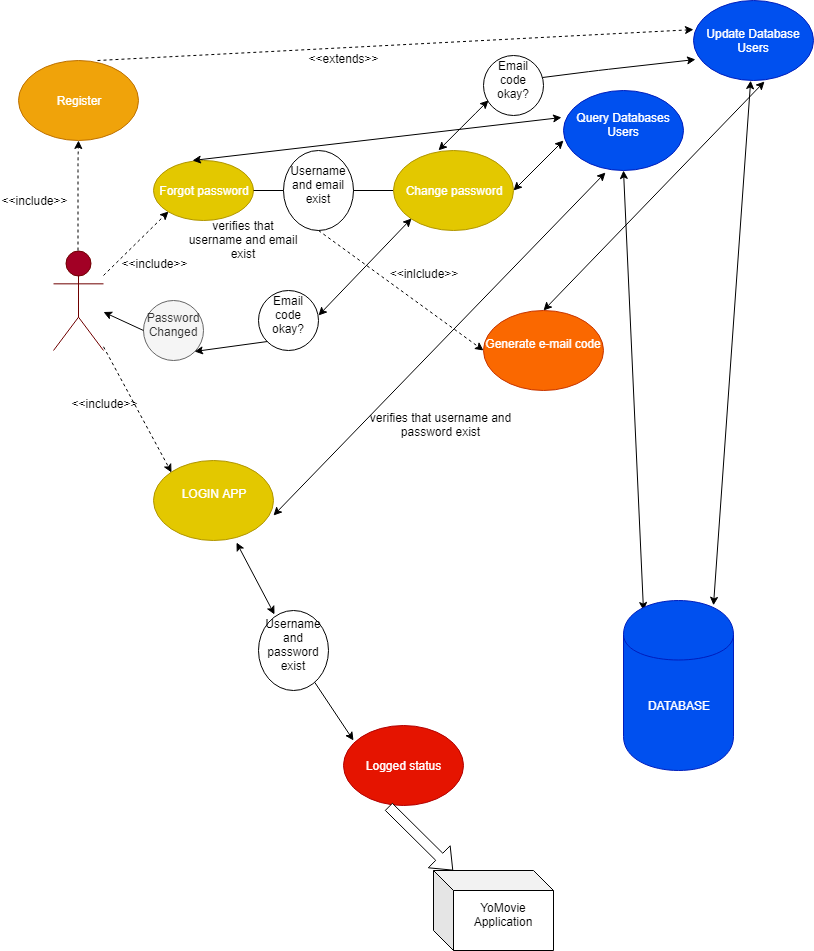
The draw.io diagram T2/UseCase/UserLoginRegister.png in MarianCodrinCretu/Tehnologii-Web, before a commit. Source tidied: cells renumbered, new cells last; positions are measured from the earlier drawing's top-left corner, leaving out a move shared by most shapes. Its diagram source:
```xml
<mxGraphModel>
  <root>
    <mxCell id="0" />
    <mxCell id="1" parent="0" />
    <mxCell id="2" value="Actor" style="shape=umlActor;verticalLabelPosition=bottom;labelBackgroundColor=#ffffff;verticalAlign=top;html=1;outlineConnect=0;fillColor=#a20025;strokeColor=#6F0000;fontColor=#ffffff;" parent="1" vertex="1">
      <mxGeometry x="50" y="250" width="50" height="100" as="geometry" />
    </mxCell>
    <mxCell id="3" style="endArrow=classic;html=1;dashed=1;fillColor=#ffffff;" parent="1" edge="1">
      <mxGeometry relative="1" as="geometry">
        <mxPoint x="74.5" y="250" as="sourcePoint" />
        <mxPoint x="75" y="140" as="targetPoint" />
        <Array as="points">
          <mxPoint x="74.5" y="160" />
        </Array>
      </mxGeometry>
    </mxCell>
    <mxCell id="4" value="&amp;lt;&amp;lt;include&amp;gt;&amp;gt;" style="text;html=1;strokeColor=none;fillColor=none;align=center;verticalAlign=middle;whiteSpace=wrap;rounded=0;" parent="1" vertex="1">
      <mxGeometry y="190" width="60" height="20" as="geometry" />
    </mxCell>
    <mxCell id="5" value="Register" style="ellipse;whiteSpace=wrap;html=1;fillColor=#f0a30a;strokeColor=#BD7000;fontColor=#ffffff;" parent="1" vertex="1">
      <mxGeometry x="15" y="60" width="120" height="80" as="geometry" />
    </mxCell>
    <mxCell id="6" value="&amp;lt;&amp;lt;include&amp;gt;&amp;gt;&lt;br&gt;&lt;br&gt;" style="text;html=1;strokeColor=none;fillColor=none;align=center;verticalAlign=middle;whiteSpace=wrap;rounded=0;" parent="1" vertex="1">
      <mxGeometry x="130" y="260" width="40" height="20" as="geometry" />
    </mxCell>
    <mxCell id="7" style="endArrow=classic;html=1;fillColor=#ffffff;dashed=1;entryX=0;entryY=1;entryDx=0;entryDy=0;" parent="1" edge="1" target="8">
      <mxGeometry relative="1" as="geometry">
        <mxPoint x="100" y="275" as="sourcePoint" />
      </mxGeometry>
    </mxCell>
    <mxCell id="8" value="Forgot password" style="ellipse;whiteSpace=wrap;html=1;fillColor=#e3c800;strokeColor=#B09500;fontColor=#ffffff;" parent="1" vertex="1">
      <mxGeometry x="150" y="160" width="100" height="60" as="geometry" />
    </mxCell>
    <mxCell id="9" value="LOGIN APP&lt;br&gt;&lt;br&gt;" style="ellipse;whiteSpace=wrap;html=1;fillColor=#e3c800;strokeColor=#B09500;fontColor=#ffffff;" parent="1" vertex="1">
      <mxGeometry x="150" y="460" width="120" height="80" as="geometry" />
    </mxCell>
    <mxCell id="10" style="endArrow=none;html=1;fillColor=#ffffff;exitX=1;exitY=0.5;exitDx=0;exitDy=0;" parent="1" edge="1" source="8" target="11">
      <mxGeometry relative="1" as="geometry" />
    </mxCell>
    <mxCell id="11" value="Change password" style="ellipse;whiteSpace=wrap;html=1;fillColor=#e3c800;strokeColor=#B09500;fontColor=#ffffff;" parent="1" vertex="1">
      <mxGeometry x="390" y="150" width="120" height="80" as="geometry" />
    </mxCell>
    <mxCell id="12" style="endArrow=classic;html=1;fillColor=#ffffff;dashed=1;exitX=0.661;exitY=-0.002;exitDx=0;exitDy=0;exitPerimeter=0;" parent="1" edge="1" source="5">
      <mxGeometry relative="1" as="geometry">
        <mxPoint x="690" y="29.1" as="targetPoint" />
      </mxGeometry>
    </mxCell>
    <mxCell id="13" value="&amp;lt;&amp;lt;extends&amp;gt;&amp;gt;&lt;br&gt;&lt;br&gt;" style="text;html=1;strokeColor=none;fillColor=none;align=center;verticalAlign=middle;whiteSpace=wrap;rounded=0;" parent="1" vertex="1">
      <mxGeometry x="320" y="55" width="40" height="20" as="geometry" />
    </mxCell>
    <mxCell id="14" value="Generate e-mail code&lt;br&gt;&lt;br&gt;" style="ellipse;whiteSpace=wrap;html=1;fillColor=#fa6800;strokeColor=#C73500;fontColor=#ffffff;" parent="1" vertex="1">
      <mxGeometry x="480" y="310" width="120" height="80" as="geometry" />
    </mxCell>
    <mxCell id="15" value="&amp;lt;&amp;lt;inlclude&amp;gt;&amp;gt;&lt;br&gt;&lt;br&gt;" style="text;html=1;strokeColor=none;fillColor=none;align=center;verticalAlign=middle;whiteSpace=wrap;rounded=0;" parent="1" vertex="1">
      <mxGeometry x="400" y="270" width="40" height="20" as="geometry" />
    </mxCell>
    <mxCell id="16" value="Update Database Users" style="ellipse;whiteSpace=wrap;html=1;fillColor=#0050ef;strokeColor=#001DBC;fontColor=#ffffff;" parent="1" vertex="1">
      <mxGeometry x="690" y="0.2" width="120" height="80" as="geometry" />
    </mxCell>
    <mxCell id="17" value="Query Databases Users&lt;br&gt;&lt;br&gt;" style="ellipse;whiteSpace=wrap;html=1;fillColor=#0050ef;strokeColor=#001DBC;fontColor=#ffffff;" parent="1" vertex="1">
      <mxGeometry x="560" y="90" width="120" height="80" as="geometry" />
    </mxCell>
    <mxCell id="18" style="endArrow=classic;startArrow=classic;html=1;fillColor=#ffffff;entryX=0.5;entryY=1;entryDx=0;entryDy=0;" parent="1" edge="1" target="17">
      <mxGeometry relative="1" as="geometry">
        <mxPoint x="640" y="610" as="sourcePoint" />
      </mxGeometry>
    </mxCell>
    <mxCell id="19" style="endArrow=classic;startArrow=classic;html=1;fillColor=#ffffff;" parent="1" edge="1" target="16">
      <mxGeometry relative="1" as="geometry">
        <mxPoint x="710" y="604.8" as="sourcePoint" />
      </mxGeometry>
    </mxCell>
    <mxCell id="20" value="DATABASE" style="shape=cylinder;whiteSpace=wrap;html=1;boundedLbl=1;backgroundOutline=1;fillColor=#0050ef;strokeColor=#001DBC;fontColor=#ffffff;" parent="1" vertex="1">
      <mxGeometry x="620" y="600" width="110" height="170" as="geometry" />
    </mxCell>
    <mxCell id="21" style="endArrow=classic;startArrow=classic;html=1;fillColor=#ffffff;exitX=0.392;exitY=-0.007;exitDx=0;exitDy=0;exitPerimeter=0;entryX=-0.013;entryY=0.34;entryDx=0;entryDy=0;entryPerimeter=0;" parent="1" edge="1" source="8" target="17">
      <mxGeometry relative="1" as="geometry" />
    </mxCell>
    <mxCell id="22" style="endArrow=classic;html=1;fillColor=#ffffff;entryX=0;entryY=0;entryDx=0;entryDy=0;dashed=1;" parent="1" edge="1" source="2" target="9">
      <mxGeometry relative="1" as="geometry" />
    </mxCell>
    <mxCell id="23" value="&amp;lt;&amp;lt;include&amp;gt;&amp;gt;&lt;br&gt;&lt;br&gt;" style="text;html=1;strokeColor=none;fillColor=none;align=center;verticalAlign=middle;whiteSpace=wrap;rounded=0;" parent="1" vertex="1">
      <mxGeometry x="80" y="400" width="40" height="20" as="geometry" />
    </mxCell>
    <mxCell id="24" style="endArrow=classic;startArrow=classic;html=1;fillColor=#ffffff;entryX=0.35;entryY=1.025;entryDx=0;entryDy=0;entryPerimeter=0;" parent="1" edge="1" target="17">
      <mxGeometry relative="1" as="geometry">
        <mxPoint x="270" y="515" as="sourcePoint" />
      </mxGeometry>
    </mxCell>
    <mxCell id="25" value="Logged status" style="ellipse;whiteSpace=wrap;html=1;fillColor=#e51400;strokeColor=#B20000;fontColor=#ffffff;" parent="1" vertex="1">
      <mxGeometry x="340" y="725" width="120" height="80" as="geometry" />
    </mxCell>
    <mxCell id="26" style="shape=flexArrow;endArrow=classic;html=1;fillColor=#ffffff;exitX=0.377;exitY=1.015;exitDx=0;exitDy=0;exitPerimeter=0;" parent="1" edge="1" source="25" target="27">
      <mxGeometry relative="1" as="geometry" />
    </mxCell>
    <mxCell id="27" value="YoMovie Application&lt;br&gt;&lt;br&gt;" style="shape=cube;whiteSpace=wrap;html=1;boundedLbl=1;backgroundOutline=1;darkOpacity=0.05;darkOpacity2=0.1;" parent="1" vertex="1">
      <mxGeometry x="430" y="870" width="120" height="80" as="geometry" />
    </mxCell>
    <mxCell id="28" value="verifies that username and password exist&lt;br&gt;&lt;br&gt;" style="text;html=1;strokeColor=none;fillColor=none;align=center;verticalAlign=middle;whiteSpace=wrap;rounded=0;" parent="1" vertex="1">
      <mxGeometry x="365" y="420" width="145" height="20" as="geometry" />
    </mxCell>
    <mxCell id="29" value="verifies that username and email exist&lt;br&gt;&lt;br&gt;" style="text;html=1;strokeColor=none;fillColor=none;align=center;verticalAlign=middle;whiteSpace=wrap;rounded=0;" parent="1" vertex="1">
      <mxGeometry x="180" y="220" width="120" height="50" as="geometry" />
    </mxCell>
    <mxCell id="30" value="Username and email exist&lt;br&gt;&lt;br&gt;" style="ellipse;whiteSpace=wrap;html=1;" parent="1" vertex="1">
      <mxGeometry x="280" y="150" width="70" height="80" as="geometry" />
    </mxCell>
    <mxCell id="31" value="Username and password exist&lt;br&gt;&lt;br&gt;" style="ellipse;whiteSpace=wrap;html=1;" parent="1" vertex="1">
      <mxGeometry x="255" y="610" width="70" height="80" as="geometry" />
    </mxCell>
    <mxCell id="32" style="endArrow=classic;startArrow=classic;html=1;exitX=0.226;exitY=0.05;exitDx=0;exitDy=0;exitPerimeter=0;entryX=0.693;entryY=1.025;entryDx=0;entryDy=0;entryPerimeter=0;" parent="1" edge="1" source="31" target="9">
      <mxGeometry relative="1" as="geometry" />
    </mxCell>
    <mxCell id="33" style="endArrow=classic;html=1;entryX=0.083;entryY=0.188;entryDx=0;entryDy=0;entryPerimeter=0;" parent="1" edge="1" source="31" target="25">
      <mxGeometry relative="1" as="geometry" />
    </mxCell>
    <mxCell id="34" value="Password Changed&lt;br&gt;&lt;br&gt;" style="ellipse;whiteSpace=wrap;html=1;fillColor=#f5f5f5;strokeColor=#666666;fontColor=#333333;" parent="1" vertex="1">
      <mxGeometry x="140" y="300" width="60" height="60" as="geometry" />
    </mxCell>
    <mxCell id="35" style="endArrow=classic;startArrow=classic;html=1;entryX=0.594;entryY=1.009;entryDx=0;entryDy=0;entryPerimeter=0;" parent="1" edge="1" target="16">
      <mxGeometry relative="1" as="geometry">
        <mxPoint x="540" y="310" as="sourcePoint" />
      </mxGeometry>
    </mxCell>
    <mxCell id="36" style="endArrow=classic;html=1;exitX=0.5;exitY=1;exitDx=0;exitDy=0;entryX=0;entryY=0.5;entryDx=0;entryDy=0;dashed=1;" parent="1" edge="1" source="30" target="14">
      <mxGeometry relative="1" as="geometry" />
    </mxCell>
    <mxCell id="37" style="endArrow=classic;startArrow=classic;html=1;" parent="1" edge="1">
      <mxGeometry relative="1" as="geometry">
        <mxPoint x="510" y="190" as="sourcePoint" />
        <mxPoint x="560" y="140" as="targetPoint" />
      </mxGeometry>
    </mxCell>
    <mxCell id="38" value="Email code okay?&lt;br&gt;&lt;br&gt;" style="ellipse;whiteSpace=wrap;html=1;" parent="1" vertex="1">
      <mxGeometry x="480" y="55.2" width="60" height="60" as="geometry" />
    </mxCell>
    <mxCell id="39" style="endArrow=classic;startArrow=classic;html=1;" parent="1" edge="1">
      <mxGeometry relative="1" as="geometry">
        <mxPoint x="435" y="149.9" as="sourcePoint" />
        <mxPoint x="485" y="99.9" as="targetPoint" />
        <Array as="points">
          <mxPoint x="465" y="119.9" />
        </Array>
      </mxGeometry>
    </mxCell>
    <mxCell id="40" style="endArrow=classic;html=1;exitX=0.991;exitY=0.367;exitDx=0;exitDy=0;exitPerimeter=0;entryX=0.018;entryY=0.736;entryDx=0;entryDy=0;entryPerimeter=0;" parent="1" edge="1" source="38" target="16">
      <mxGeometry relative="1" as="geometry">
        <Array as="points">
          <mxPoint x="595" y="69.9" />
        </Array>
      </mxGeometry>
    </mxCell>
    <mxCell id="41" value="Email code okay?&lt;br&gt;&lt;br&gt;" style="ellipse;whiteSpace=wrap;html=1;" parent="1" vertex="1">
      <mxGeometry x="255" y="290.2" width="60" height="60" as="geometry" />
    </mxCell>
    <mxCell id="42" style="endArrow=classic;startArrow=classic;html=1;entryX=0;entryY=1;entryDx=0;entryDy=0;" parent="1" edge="1" target="11">
      <mxGeometry relative="1" as="geometry">
        <mxPoint x="315" y="315" as="sourcePoint" />
      </mxGeometry>
    </mxCell>
    <mxCell id="43" style="endArrow=classic;html=1;entryX=1;entryY=1;entryDx=0;entryDy=0;exitX=0;exitY=1;exitDx=0;exitDy=0;" parent="1" edge="1" source="41" target="34">
      <mxGeometry relative="1" as="geometry" />
    </mxCell>
    <mxCell id="44" style="endArrow=classic;html=1;exitX=0;exitY=0.5;exitDx=0;exitDy=0;" parent="1" edge="1" source="34" target="2">
      <mxGeometry relative="1" as="geometry" />
    </mxCell>
  </root>
</mxGraphModel>
```
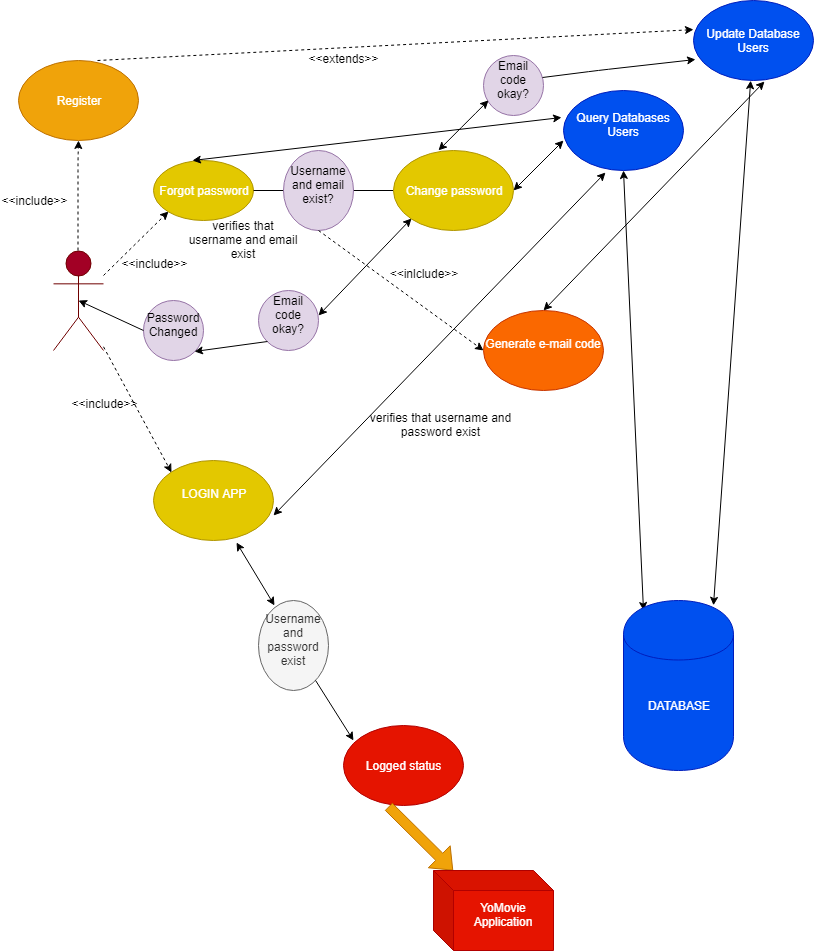
The same file after the commit.

Commit message:
adaugat UseCase NavBar

Diff of the diagram source:
```diff
@@ -90,10 +90,10 @@
     <mxCell id="25" value="Logged status" style="ellipse;whiteSpace=wrap;html=1;fillColor=#e51400;strokeColor=#B20000;fontColor=#ffffff;" parent="1" vertex="1">
       <mxGeometry x="340" y="725" width="120" height="80" as="geometry" />
     </mxCell>
-    <mxCell id="26" style="shape=flexArrow;endArrow=classic;html=1;fillColor=#ffffff;exitX=0.377;exitY=1.015;exitDx=0;exitDy=0;exitPerimeter=0;" parent="1" edge="1" source="25" target="27">
+    <mxCell id="26" style="shape=flexArrow;endArrow=classic;html=1;fillColor=#f0a30a;exitX=0.377;exitY=1.015;exitDx=0;exitDy=0;exitPerimeter=0;strokeColor=#BD7000;" parent="1" edge="1" source="25" target="27">
       <mxGeometry relative="1" as="geometry" />
     </mxCell>
-    <mxCell id="27" value="YoMovie Application&lt;br&gt;&lt;br&gt;" style="shape=cube;whiteSpace=wrap;html=1;boundedLbl=1;backgroundOutline=1;darkOpacity=0.05;darkOpacity2=0.1;" parent="1" vertex="1">
+    <mxCell id="27" value="YoMovie Application&lt;br&gt;&lt;br&gt;" style="shape=cube;whiteSpace=wrap;html=1;boundedLbl=1;backgroundOutline=1;darkOpacity=0.05;darkOpacity2=0.1;fillColor=#e51400;strokeColor=#B20000;fontColor=#ffffff;" parent="1" vertex="1">
       <mxGeometry x="430" y="870" width="120" height="80" as="geometry" />
     </mxCell>
     <mxCell id="28" value="verifies that username and password exist&lt;br&gt;&lt;br&gt;" style="text;html=1;strokeColor=none;fillColor=none;align=center;verticalAlign=middle;whiteSpace=wrap;rounded=0;" parent="1" vertex="1">
@@ -102,11 +102,11 @@
     <mxCell id="29" value="verifies that username and email exist&lt;br&gt;&lt;br&gt;" style="text;html=1;strokeColor=none;fillColor=none;align=center;verticalAlign=middle;whiteSpace=wrap;rounded=0;" parent="1" vertex="1">
       <mxGeometry x="180" y="220" width="120" height="50" as="geometry" />
     </mxCell>
-    <mxCell id="30" value="Username and email exist&lt;br&gt;&lt;br&gt;" style="ellipse;whiteSpace=wrap;html=1;" parent="1" vertex="1">
+    <mxCell id="30" value="Username and email exist?&lt;br&gt;&lt;br&gt;" style="ellipse;whiteSpace=wrap;html=1;fillColor=#e1d5e7;strokeColor=#9673a6;" parent="1" vertex="1">
       <mxGeometry x="280" y="150" width="70" height="80" as="geometry" />
     </mxCell>
-    <mxCell id="31" value="Username and password exist&lt;br&gt;&lt;br&gt;" style="ellipse;whiteSpace=wrap;html=1;" parent="1" vertex="1">
-      <mxGeometry x="255" y="610" width="70" height="80" as="geometry" />
+    <mxCell id="31" value="Username and password exist&lt;br&gt;&lt;br&gt;" style="ellipse;whiteSpace=wrap;html=1;fillColor=#f5f5f5;strokeColor=#666666;fontColor=#333333;" parent="1" vertex="1">
+      <mxGeometry x="255" y="600" width="70" height="90" as="geometry" />
     </mxCell>
     <mxCell id="32" style="endArrow=classic;startArrow=classic;html=1;exitX=0.226;exitY=0.05;exitDx=0;exitDy=0;exitPerimeter=0;entryX=0.693;entryY=1.025;entryDx=0;entryDy=0;entryPerimeter=0;" parent="1" edge="1" source="31" target="9">
       <mxGeometry relative="1" as="geometry" />
@@ -114,7 +114,7 @@
     <mxCell id="33" style="endArrow=classic;html=1;entryX=0.083;entryY=0.188;entryDx=0;entryDy=0;entryPerimeter=0;" parent="1" edge="1" source="31" target="25">
       <mxGeometry relative="1" as="geometry" />
     </mxCell>
-    <mxCell id="34" value="Password Changed&lt;br&gt;&lt;br&gt;" style="ellipse;whiteSpace=wrap;html=1;fillColor=#f5f5f5;strokeColor=#666666;fontColor=#333333;" parent="1" vertex="1">
+    <mxCell id="34" value="Password Changed&lt;br&gt;&lt;br&gt;" style="ellipse;whiteSpace=wrap;html=1;fillColor=#e1d5e7;strokeColor=#9673a6;" parent="1" vertex="1">
       <mxGeometry x="140" y="300" width="60" height="60" as="geometry" />
     </mxCell>
     <mxCell id="35" style="endArrow=classic;startArrow=classic;html=1;entryX=0.594;entryY=1.009;entryDx=0;entryDy=0;entryPerimeter=0;" parent="1" edge="1" target="16">
@@ -131,7 +131,7 @@
         <mxPoint x="560" y="140" as="targetPoint" />
       </mxGeometry>
     </mxCell>
-    <mxCell id="38" value="Email code okay?&lt;br&gt;&lt;br&gt;" style="ellipse;whiteSpace=wrap;html=1;" parent="1" vertex="1">
+    <mxCell id="38" value="Email code okay?&lt;br&gt;&lt;br&gt;" style="ellipse;whiteSpace=wrap;html=1;fillColor=#e1d5e7;strokeColor=#9673a6;" parent="1" vertex="1">
       <mxGeometry x="480" y="55.2" width="60" height="60" as="geometry" />
     </mxCell>
     <mxCell id="39" style="endArrow=classic;startArrow=classic;html=1;" parent="1" edge="1">
@@ -150,7 +150,7 @@
         </Array>
       </mxGeometry>
     </mxCell>
-    <mxCell id="41" value="Email code okay?&lt;br&gt;&lt;br&gt;" style="ellipse;whiteSpace=wrap;html=1;" parent="1" vertex="1">
+    <mxCell id="41" value="Email code okay?&lt;br&gt;&lt;br&gt;" style="ellipse;whiteSpace=wrap;html=1;fillColor=#e1d5e7;strokeColor=#9673a6;" parent="1" vertex="1">
       <mxGeometry x="255" y="290.2" width="60" height="60" as="geometry" />
     </mxCell>
     <mxCell id="42" style="endArrow=classic;startArrow=classic;html=1;entryX=0;entryY=1;entryDx=0;entryDy=0;" parent="1" edge="1" target="11">
@@ -161,7 +161,7 @@
     <mxCell id="43" style="endArrow=classic;html=1;entryX=1;entryY=1;entryDx=0;entryDy=0;exitX=0;exitY=1;exitDx=0;exitDy=0;" parent="1" edge="1" source="41" target="34">
       <mxGeometry relative="1" as="geometry" />
     </mxCell>
-    <mxCell id="44" style="endArrow=classic;html=1;exitX=0;exitY=0.5;exitDx=0;exitDy=0;" parent="1" edge="1" source="34" target="2">
+    <mxCell id="44" style="endArrow=classic;html=1;exitX=0;exitY=0.5;exitDx=0;exitDy=0;entryX=0.5;entryY=0.5;entryDx=0;entryDy=0;entryPerimeter=0;" parent="1" edge="1" source="34" target="2">
       <mxGeometry relative="1" as="geometry" />
     </mxCell>
   </root>
```
